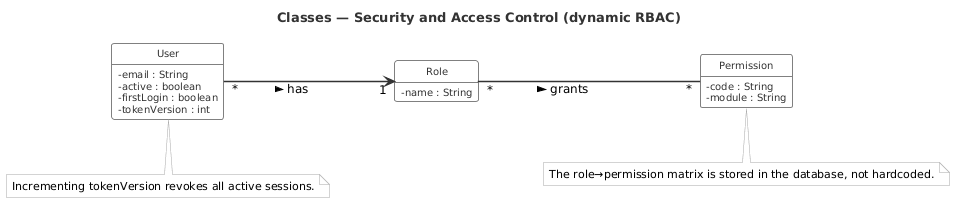
Before: report/Rapport PFE TEKUP LATEX/img/class_security.png, a diagram exported from PlantUML (mazenrakrouki/tekup-pms-platform).
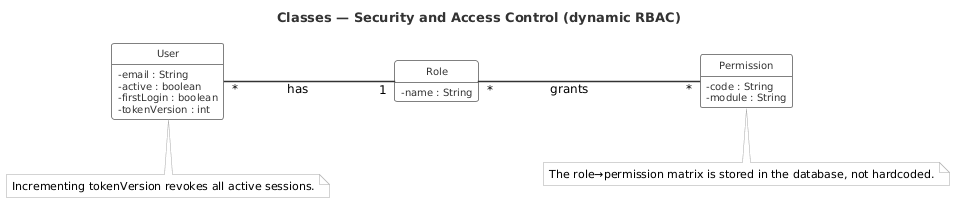
Above is the later version.

Diff of the diagram source:
```diff
@@ -65,9 +65,8 @@
   - module : String
 }
 
-User "*" --> "1" Role : has >
-Role "*" -- "*" Permission : grants >
-
+User "*" -- "1" Role : has
+Role "*" -- "*" Permission : grants
 note bottom of User
   Incrementing tokenVersion revokes all active sessions.
 end note
```
